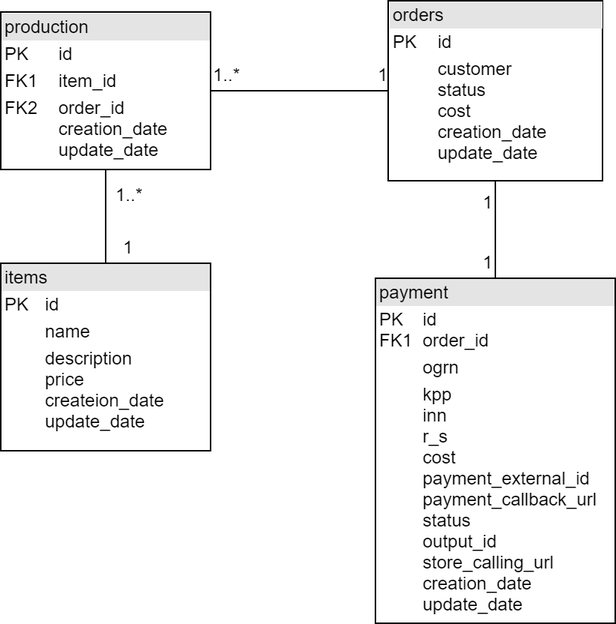
The draw.io diagram ms-supplier-db/models/Logical.png in SergeiRussov/rd-epam-java-2020-supplier, before a commit. Source tidied: cells renumbered, new cells last; positions are measured from the earlier drawing's top-left corner, leaving out a move shared by most shapes.
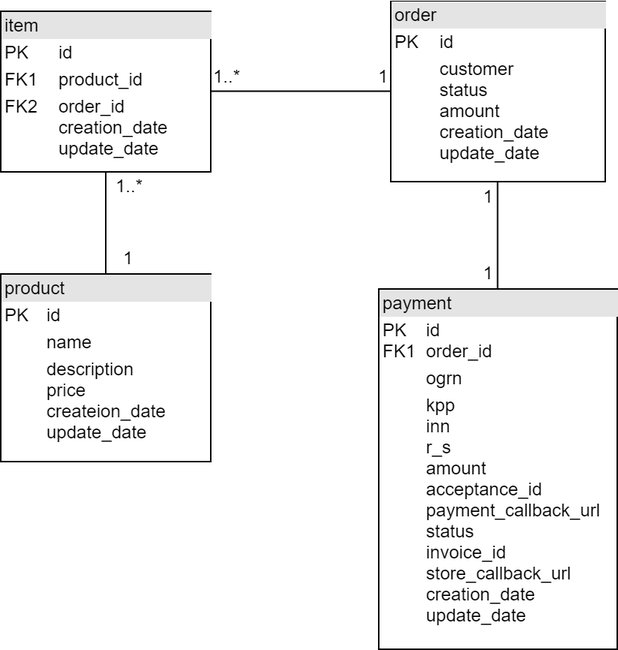
Above is the later version.

What changed in the source:
```diff
@@ -5,38 +5,38 @@
     <mxCell id="2" style="edgeStyle=orthogonalEdgeStyle;rounded=0;jettySize=auto;html=1;endArrow=none;endFill=0;fontSize=12;" parent="1" edge="1" source="3" target="8">
       <mxGeometry relative="1" as="geometry" />
     </mxCell>
-    <mxCell id="3" value="&lt;div style=&quot;box-sizing: border-box ; width: 100% ; background: #e4e4e4 ; padding: 2px&quot;&gt;production&lt;/div&gt;&lt;table style=&quot;width: 100% ; font-size: 1em&quot; cellpadding=&quot;2&quot; cellspacing=&quot;0&quot;&gt;&lt;tbody&gt;&lt;tr&gt;&lt;td&gt;PK&lt;/td&gt;&lt;td&gt;id&lt;/td&gt;&lt;/tr&gt;&lt;tr&gt;&lt;td&gt;FK1&lt;/td&gt;&lt;td&gt;item_id&lt;/td&gt;&lt;/tr&gt;&lt;tr&gt;&lt;td&gt;FK2&lt;br&gt;&lt;br&gt;&lt;br&gt;&lt;/td&gt;&lt;td&gt;order_id&lt;br&gt;creation_date&lt;br&gt;update_date&lt;/td&gt;&lt;/tr&gt;&lt;/tbody&gt;&lt;/table&gt;" style="verticalAlign=top;align=left;overflow=fill;html=1;fontSize=12;" parent="1" vertex="1">
-      <mxGeometry y="7.5" width="140" height="105" as="geometry" />
+    <mxCell id="3" value="&lt;div style=&quot;box-sizing: border-box ; width: 100% ; background: #e4e4e4 ; padding: 2px&quot;&gt;item&lt;/div&gt;&lt;table style=&quot;width: 100% ; font-size: 1em&quot; cellpadding=&quot;2&quot; cellspacing=&quot;0&quot;&gt;&lt;tbody&gt;&lt;tr&gt;&lt;td&gt;PK&lt;/td&gt;&lt;td&gt;id&lt;/td&gt;&lt;/tr&gt;&lt;tr&gt;&lt;td&gt;FK1&lt;/td&gt;&lt;td&gt;product_id&lt;/td&gt;&lt;/tr&gt;&lt;tr&gt;&lt;td&gt;FK2&lt;br&gt;&lt;br&gt;&lt;br&gt;&lt;/td&gt;&lt;td&gt;order_id&lt;br&gt;creation_date&lt;br&gt;update_date&lt;/td&gt;&lt;/tr&gt;&lt;/tbody&gt;&lt;/table&gt;" style="verticalAlign=top;align=left;overflow=fill;html=1;fontSize=12;" parent="1" vertex="1">
+      <mxGeometry width="140" height="107" as="geometry" />
     </mxCell>
     <mxCell id="4" style="edgeStyle=orthogonalEdgeStyle;rounded=0;jettySize=auto;html=1;fontSize=12;endArrow=none;endFill=0;" parent="1" edge="1" source="5" target="3">
       <mxGeometry relative="1" as="geometry" />
     </mxCell>
-    <mxCell id="5" value="&lt;div style=&quot;box-sizing: border-box ; width: 100% ; background: #e4e4e4 ; padding: 2px&quot;&gt;items&lt;/div&gt;&lt;table style=&quot;width: 100% ; font-size: 1em&quot; cellpadding=&quot;2&quot; cellspacing=&quot;0&quot;&gt;&lt;tbody&gt;&lt;tr&gt;&lt;td&gt;PK&lt;/td&gt;&lt;td&gt;id&lt;/td&gt;&lt;/tr&gt;&lt;tr&gt;&lt;td&gt;&lt;br&gt;&lt;/td&gt;&lt;td&gt;name&lt;/td&gt;&lt;/tr&gt;&lt;tr&gt;&lt;td&gt;&lt;/td&gt;&lt;td&gt;description&lt;br&gt;price&lt;br&gt;createion_date&lt;br&gt;update_date&lt;/td&gt;&lt;/tr&gt;&lt;/tbody&gt;&lt;/table&gt;" style="verticalAlign=top;align=left;overflow=fill;html=1;fontSize=12;" parent="1" vertex="1">
+    <mxCell id="5" value="&lt;div style=&quot;box-sizing: border-box ; width: 100% ; background: #e4e4e4 ; padding: 2px&quot;&gt;product&lt;/div&gt;&lt;table style=&quot;width: 100% ; font-size: 1em&quot; cellpadding=&quot;2&quot; cellspacing=&quot;0&quot;&gt;&lt;tbody&gt;&lt;tr&gt;&lt;td&gt;PK&lt;/td&gt;&lt;td&gt;id&lt;/td&gt;&lt;/tr&gt;&lt;tr&gt;&lt;td&gt;&lt;br&gt;&lt;/td&gt;&lt;td&gt;name&lt;/td&gt;&lt;/tr&gt;&lt;tr&gt;&lt;td&gt;&lt;/td&gt;&lt;td&gt;description&lt;br&gt;price&lt;br&gt;createion_date&lt;br&gt;update_date&lt;/td&gt;&lt;/tr&gt;&lt;/tbody&gt;&lt;/table&gt;" style="verticalAlign=top;align=left;overflow=fill;html=1;fontSize=12;" parent="1" vertex="1">
       <mxGeometry y="175" width="140" height="125" as="geometry" />
     </mxCell>
-    <mxCell id="6" value="&lt;div style=&quot;box-sizing: border-box ; width: 100% ; background: #e4e4e4 ; padding: 2px&quot;&gt;payment&lt;/div&gt;&lt;table style=&quot;width: 100% ; font-size: 1em&quot; cellpadding=&quot;2&quot; cellspacing=&quot;0&quot;&gt;&lt;tbody&gt;&lt;tr&gt;&lt;td&gt;PK&lt;br&gt;FK1&lt;/td&gt;&lt;td&gt;id&lt;br&gt;order_id&lt;/td&gt;&lt;/tr&gt;&lt;tr&gt;&lt;td&gt;&lt;br&gt;&lt;/td&gt;&lt;td&gt;ogrn&lt;/td&gt;&lt;/tr&gt;&lt;tr&gt;&lt;td&gt;&lt;/td&gt;&lt;td&gt;kpp&lt;br&gt;inn&lt;br&gt;r_s&lt;br&gt;cost&lt;br&gt;payment_external_id&lt;br&gt;payment_callback_url&lt;br&gt;status&lt;br&gt;output_id&lt;br&gt;store_calling_url&lt;br&gt;creation_date&lt;br&gt;update_date&lt;/td&gt;&lt;/tr&gt;&lt;/tbody&gt;&lt;/table&gt;" style="verticalAlign=top;align=left;overflow=fill;html=1;fontSize=12;noLabel=0;portConstraintRotation=0;" parent="1" vertex="1">
-      <mxGeometry x="250" y="185" width="160" height="230" as="geometry" />
+    <mxCell id="6" value="&lt;div style=&quot;box-sizing: border-box ; width: 100% ; background: #e4e4e4 ; padding: 2px&quot;&gt;payment&lt;/div&gt;&lt;table style=&quot;width: 100% ; font-size: 1em&quot; cellpadding=&quot;2&quot; cellspacing=&quot;0&quot;&gt;&lt;tbody&gt;&lt;tr&gt;&lt;td&gt;PK&lt;br&gt;FK1&lt;/td&gt;&lt;td&gt;id&lt;br&gt;order_id&lt;/td&gt;&lt;/tr&gt;&lt;tr&gt;&lt;td&gt;&lt;br&gt;&lt;/td&gt;&lt;td&gt;ogrn&lt;/td&gt;&lt;/tr&gt;&lt;tr&gt;&lt;td&gt;&lt;/td&gt;&lt;td&gt;kpp&lt;br&gt;inn&lt;br&gt;r_s&lt;br&gt;amount&lt;br&gt;acceptance_id&lt;br&gt;payment_callback_url&lt;br&gt;status&lt;br&gt;invoice_id&lt;br&gt;store_callback_url&lt;br&gt;creation_date&lt;br&gt;update_date&lt;/td&gt;&lt;/tr&gt;&lt;/tbody&gt;&lt;/table&gt;" style="verticalAlign=top;align=left;overflow=fill;html=1;fontSize=12;noLabel=0;portConstraintRotation=0;" parent="1" vertex="1">
+      <mxGeometry x="252" y="185" width="159" height="240" as="geometry" />
     </mxCell>
     <mxCell id="7" style="edgeStyle=orthogonalEdgeStyle;rounded=0;jettySize=auto;html=1;fontSize=12;endArrow=none;endFill=0;" parent="1" edge="1" source="8" target="6">
       <mxGeometry relative="1" as="geometry" />
     </mxCell>
-    <mxCell id="8" value="&lt;div style=&quot;box-sizing: border-box ; width: 100% ; background: #e4e4e4 ; padding: 2px&quot;&gt;orders&lt;/div&gt;&lt;table style=&quot;width: 100% ; font-size: 1em&quot; cellpadding=&quot;2&quot; cellspacing=&quot;0&quot;&gt;&lt;tbody&gt;&lt;tr&gt;&lt;td&gt;PK&lt;/td&gt;&lt;td&gt;id&lt;/td&gt;&lt;/tr&gt;&lt;tr&gt;&lt;td&gt;&lt;br&gt;&lt;/td&gt;&lt;td&gt;customer&lt;br&gt;status&lt;br&gt;cost&lt;br&gt;creation_date&lt;br&gt;update_date&lt;br&gt;&lt;/td&gt;&lt;/tr&gt;&lt;tr&gt;&lt;td&gt;&lt;/td&gt;&lt;td&gt;&lt;br&gt;&lt;br&gt;&lt;/td&gt;&lt;/tr&gt;&lt;/tbody&gt;&lt;/table&gt;" style="verticalAlign=top;align=left;overflow=fill;html=1;fontSize=12;" parent="1" vertex="1">
-      <mxGeometry x="258.5" width="143" height="120" as="geometry" />
+    <mxCell id="8" value="&lt;div style=&quot;box-sizing: border-box ; width: 100% ; background: #e4e4e4 ; padding: 2px&quot;&gt;order&lt;/div&gt;&lt;table style=&quot;width: 100% ; font-size: 1em&quot; cellpadding=&quot;2&quot; cellspacing=&quot;0&quot;&gt;&lt;tbody&gt;&lt;tr&gt;&lt;td&gt;PK&lt;/td&gt;&lt;td&gt;id&lt;/td&gt;&lt;/tr&gt;&lt;tr&gt;&lt;td&gt;&lt;br&gt;&lt;/td&gt;&lt;td&gt;customer&lt;br&gt;status&lt;br&gt;amount&lt;br&gt;creation_date&lt;br&gt;update_date&lt;br&gt;&lt;/td&gt;&lt;/tr&gt;&lt;tr&gt;&lt;td&gt;&lt;/td&gt;&lt;td&gt;&lt;br&gt;&lt;br&gt;&lt;/td&gt;&lt;/tr&gt;&lt;/tbody&gt;&lt;/table&gt;" style="verticalAlign=top;align=left;overflow=fill;html=1;fontSize=12;" parent="1" vertex="1">
+      <mxGeometry x="260" y="-6.5" width="143" height="120" as="geometry" />
     </mxCell>
     <mxCell id="9" value="1" style="text;html=1;align=left;verticalAlign=top;spacingTop=-4;" parent="1" vertex="1">
       <mxGeometry x="80" y="155" width="20" height="20" as="geometry" />
     </mxCell>
     <mxCell id="10" value="1..*" style="text;html=1;align=left;verticalAlign=top;spacingTop=-4;" parent="1" vertex="1">
-      <mxGeometry x="140" y="40" width="30" height="20" as="geometry" />
+      <mxGeometry x="140" y="34" width="30" height="20" as="geometry" />
     </mxCell>
     <mxCell id="11" value="1" style="text;html=1;align=left;verticalAlign=top;spacingTop=-4;" parent="1" vertex="1">
-      <mxGeometry x="250" y="40" width="20" height="20" as="geometry" />
+      <mxGeometry x="250" y="34" width="20" height="20" as="geometry" />
     </mxCell>
     <mxCell id="12" value="1..*" style="text;html=1;align=left;verticalAlign=top;spacingTop=-4;" parent="1" vertex="1">
-      <mxGeometry x="75" y="120" width="30" height="20" as="geometry" />
+      <mxGeometry x="75" y="107" width="30" height="20" as="geometry" />
     </mxCell>
     <mxCell id="13" value="1" style="text;html=1;align=left;verticalAlign=top;spacingTop=-4;" parent="1" vertex="1">
-      <mxGeometry x="320" y="125" width="20" height="20" as="geometry" />
+      <mxGeometry x="320" y="113.5" width="20" height="20" as="geometry" />
     </mxCell>
     <mxCell id="14" value="1" style="text;html=1;align=left;verticalAlign=top;spacingTop=-4;" parent="1" vertex="1">
       <mxGeometry x="320" y="165" width="20" height="20" as="geometry" />
```
